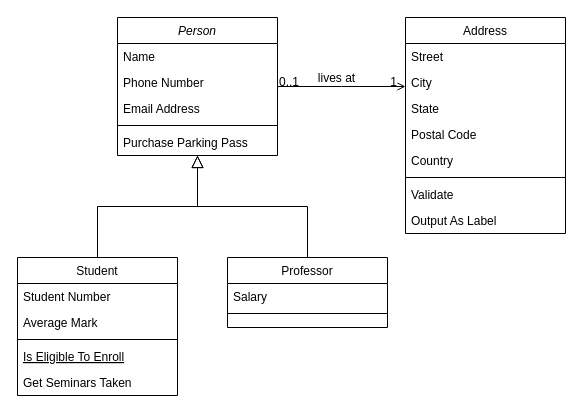
Before: QA/Untitled Diagram.drawio in Daoist-W/KATA, a draw.io diagram. Source tidied: cells renumbered, new cells numbered last; positions are measured from the earlier drawing's top-left corner, leaving out a move shared by most shapes. Both pictures are drawn from the tidied source at 100%, with x=0, y=0 at pixel (17, 17).
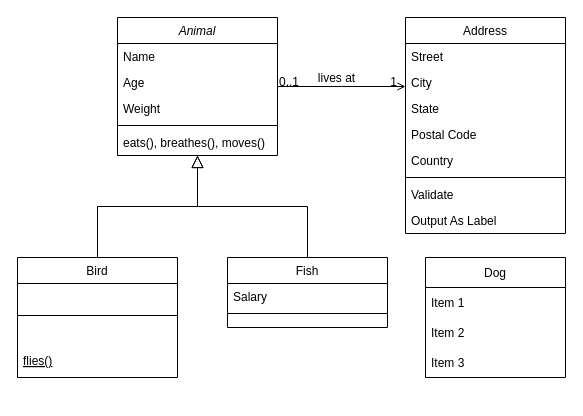
The same diagram, later.

Commit message:
Animals UML update

Diff of the diagram source:
```diff
@@
-    <mxCell id="2" value="Person" style="swimlane;fontStyle=2;align=center;verticalAlign=top;horizontal=1;startSize=26;rounded=0;shadow=0;strokeWidth=1;" parent="1" vertex="1">
+    <mxCell id="2" value="Animal" style="swimlane;fontStyle=2;align=center;verticalAlign=top;horizontal=1;startSize=26;rounded=0;shadow=0;strokeWidth=1;" parent="1" vertex="1">
       <mxGeometry x="100" width="160" height="138" as="geometry" />
     </mxCell>
@@
-    <mxCell id="4" value="Phone Number" style="text;align=left;verticalAlign=top;spacingLeft=4;spacingRight=4;overflow=hidden;rounded=0;shadow=0;html=0;" parent="2" vertex="1">
+    <mxCell id="4" value="Age" style="text;align=left;verticalAlign=top;spacingLeft=4;spacingRight=4;overflow=hidden;rounded=0;shadow=0;html=0;" parent="2" vertex="1">
       <mxGeometry y="52" width="160" height="26" as="geometry" />
     </mxCell>
-    <mxCell id="5" value="Email Address" style="text;align=left;verticalAlign=top;spacingLeft=4;spacingRight=4;overflow=hidden;rounded=0;shadow=0;html=0;" parent="2" vertex="1">
+    <mxCell id="5" value="Weight" style="text;align=left;verticalAlign=top;spacingLeft=4;spacingRight=4;overflow=hidden;rounded=0;shadow=0;html=0;" parent="2" vertex="1">
       <mxGeometry y="78" width="160" height="26" as="geometry" />
     </mxCell>
@@
-    <mxCell id="7" value="Purchase Parking Pass" style="text;align=left;verticalAlign=top;spacingLeft=4;spacingRight=4;overflow=hidden;" parent="2" vertex="1">
+    <mxCell id="7" value="eats(), breathes(), moves()" style="text;align=left;verticalAlign=top;spacingLeft=4;spacingRight=4;overflow=hidden;" parent="2" vertex="1">
       <mxGeometry y="112" width="160" height="26" as="geometry" />
     </mxCell>
-    <mxCell id="8" value="Student" style="swimlane;fontStyle=0;align=center;verticalAlign=top;horizontal=1;startSize=26;rounded=0;shadow=0;strokeWidth=1;" parent="1" vertex="1">
-      <mxGeometry y="240" width="160" height="138" as="geometry" />
+    <mxCell id="8" value="Bird" style="swimlane;fontStyle=0;align=center;verticalAlign=top;horizontal=1;startSize=26;rounded=0;shadow=0;strokeWidth=1;" parent="1" vertex="1">
+      <mxGeometry y="240" width="160" height="120" as="geometry" />
     </mxCell>
-    <mxCell id="9" value="Student Number" style="text;align=left;verticalAlign=top;spacingLeft=4;spacingRight=4;overflow=hidden;" parent="8" vertex="1">
-      <mxGeometry y="26" width="160" height="26" as="geometry" />
-    </mxCell>
-    <mxCell id="10" value="Average Mark" style="text;align=left;verticalAlign=top;spacingLeft=4;spacingRight=4;overflow=hidden;rounded=0;shadow=0;html=0;" parent="8" vertex="1">
-      <mxGeometry y="52" width="160" height="26" as="geometry" />
-    </mxCell>
     <mxCell id="11" style="line;html=1;strokeWidth=1;align=left;verticalAlign=middle;spacingTop=-1;spacingLeft=3;spacingRight=3;labelPosition=right;" parent="8" vertex="1">
-      <mxGeometry y="78" width="160" height="8" as="geometry" />
+      <mxGeometry y="26" width="160" height="64" as="geometry" />
     </mxCell>
-    <mxCell id="12" value="Is Eligible To Enroll" style="text;align=left;verticalAlign=top;spacingLeft=4;spacingRight=4;overflow=hidden;fontStyle=4;" parent="8" vertex="1">
-      <mxGeometry y="86" width="160" height="26" as="geometry" />
+    <mxCell id="12" value="flies()" style="text;align=left;verticalAlign=top;spacingLeft=4;spacingRight=4;overflow=hidden;fontStyle=4;" parent="8" vertex="1">
+      <mxGeometry y="90" width="160" height="30" as="geometry" />
     </mxCell>
-    <mxCell id="13" value="Get Seminars Taken" style="text;align=left;verticalAlign=top;spacingLeft=4;spacingRight=4;overflow=hidden;" parent="8" vertex="1">
-      <mxGeometry y="112" width="160" height="26" as="geometry" />
-    </mxCell>
@@
-    <mxCell id="15" value="Professor" style="swimlane;fontStyle=0;align=center;verticalAlign=top;horizontal=1;startSize=26;rounded=0;shadow=0;strokeWidth=1;" parent="1" vertex="1">
+    <mxCell id="15" value="Fish" style="swimlane;fontStyle=0;align=center;verticalAlign=top;horizontal=1;startSize=26;rounded=0;shadow=0;strokeWidth=1;" parent="1" vertex="1">
       <mxGeometry x="210" y="240" width="160" height="70" as="geometry" />
     </mxCell>
@@
+    <mxCell id="32" value="Dog" style="swimlane;fontStyle=0;horizontal=1;startSize=30;" parent="1" vertex="1">
+      <mxGeometry x="408" y="240" width="140" height="120" as="geometry" />
+    </mxCell>
+    <mxCell id="33" value="Item 1" style="text;strokeColor=none;fillColor=none;align=left;verticalAlign=middle;spacingLeft=4;spacingRight=4;overflow=hidden;" parent="32" vertex="1">
+      <mxGeometry y="30" width="140" height="30" as="geometry" />
+    </mxCell>
+    <mxCell id="34" value="Item 2" style="text;strokeColor=none;fillColor=none;align=left;verticalAlign=middle;spacingLeft=4;spacingRight=4;overflow=hidden;" parent="32" vertex="1">
+      <mxGeometry y="60" width="140" height="30" as="geometry" />
+    </mxCell>
+    <mxCell id="35" value="Item 3" style="text;strokeColor=none;fillColor=none;align=left;verticalAlign=middle;spacingLeft=4;spacingRight=4;overflow=hidden;" parent="32" vertex="1">
+      <mxGeometry y="90" width="140" height="30" as="geometry" />
+    </mxCell>
```
